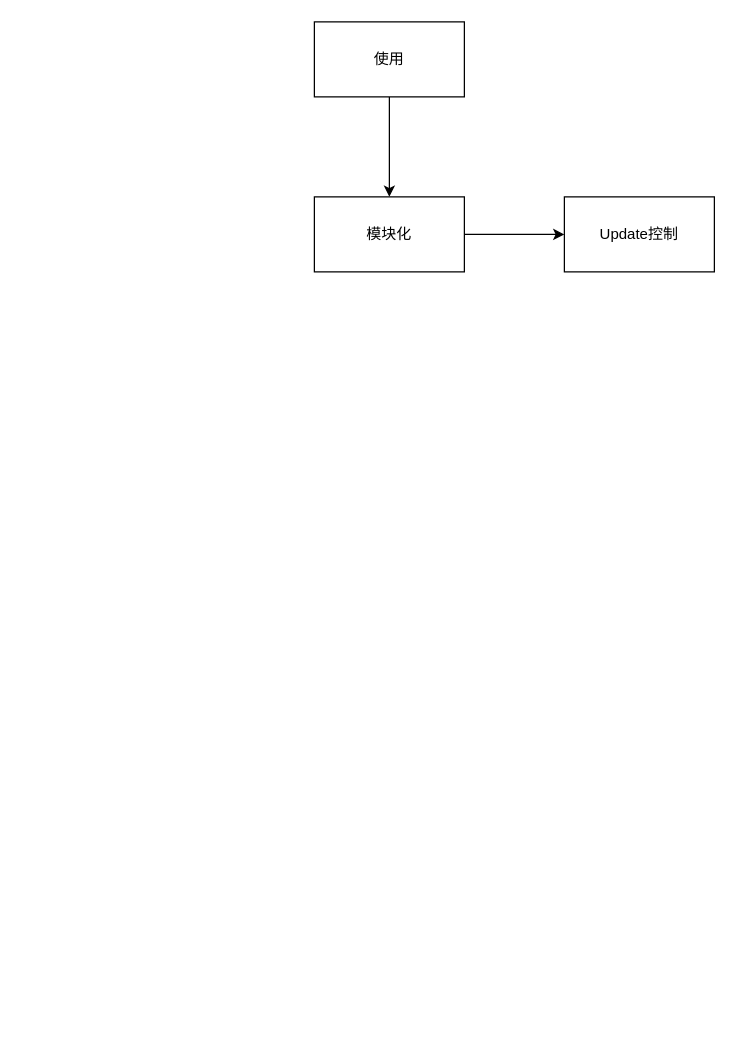
Before: GF 使用总结.drawio in xzp3094997376/DrawIO, a draw.io diagram. Source tidied: cells renumbered, new cells numbered last; positions are measured from the earlier drawing's top-left corner, leaving out a move shared by most shapes. Both pictures are drawn from the tidied source at 125%, with x=0, y=0 at pixel (314, 21).
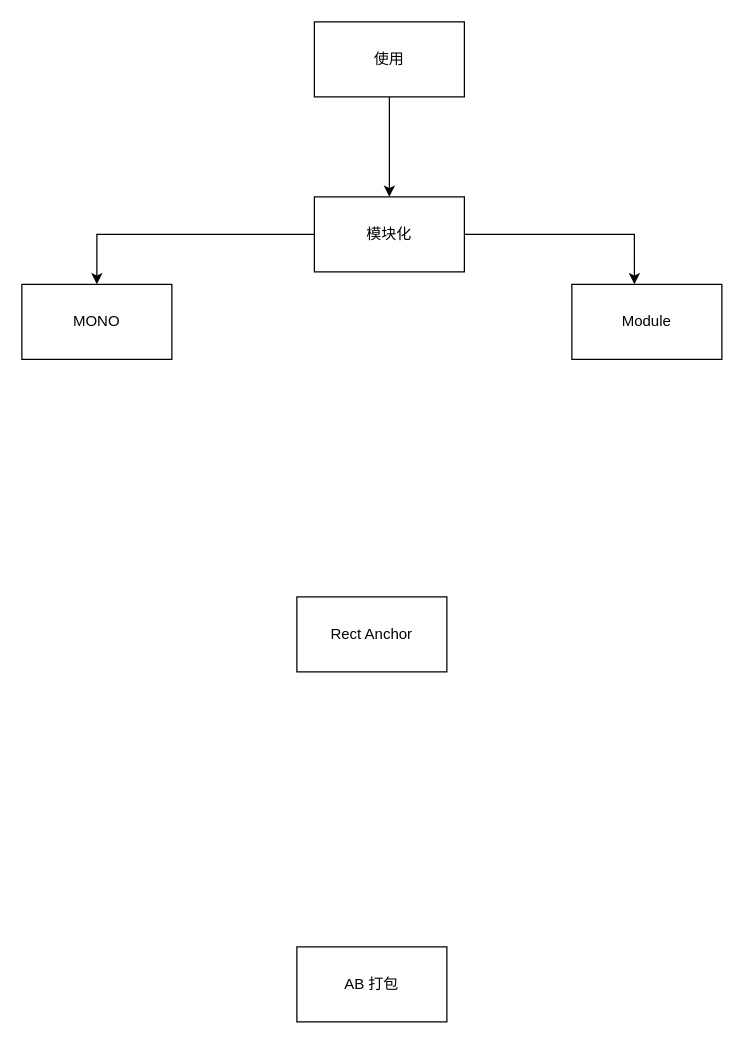
After the change.

Commit message (it also covers changes not shown here):
更新GF 使用总结.drawio

What changed in the source:
```diff
@@
 <mxGraphModel>
   <root>
     <mxCell id="0" />
     <mxCell id="1" parent="0" />
     <mxCell id="2" style="edgeStyle=orthogonalEdgeStyle;rounded=0;jettySize=auto;html=1;" parent="1" edge="1" source="3" target="5">
       <mxGeometry relative="1" as="geometry" />
     </mxCell>
     <mxCell id="3" value="使用&lt;br&gt;" style="rounded=0;whiteSpace=wrap;html=1;" parent="1" vertex="1">
       <mxGeometry width="120" height="60" as="geometry" />
     </mxCell>
-    <mxCell id="4" style="edgeStyle=orthogonalEdgeStyle;rounded=0;jettySize=auto;html=1;" parent="1" edge="1" source="5" target="6">
+    <mxCell id="4" style="edgeStyle=orthogonalEdgeStyle;rounded=0;jettySize=auto;html=1;entryX=0.417;entryY=0;entryDx=0;entryDy=0;entryPerimeter=0;" parent="1" edge="1" source="5" target="9">
       <mxGeometry relative="1" as="geometry" />
     </mxCell>
+    <mxCell id="7" style="edgeStyle=orthogonalEdgeStyle;rounded=0;jettySize=auto;html=1;" parent="1" edge="1" source="5" target="8">
+      <mxGeometry relative="1" as="geometry" />
+    </mxCell>
     <mxCell id="5" value="模块化" style="whiteSpace=wrap;html=1;rounded=0;" parent="1" vertex="1">
       <mxGeometry y="140" width="120" height="60" as="geometry" />
     </mxCell>
-    <mxCell id="6" value="Update控制&lt;br&gt;" style="whiteSpace=wrap;html=1;rounded=0;" parent="1" vertex="1">
-      <mxGeometry x="200" y="140" width="120" height="60" as="geometry" />
-    </mxCell>
+    <mxCell id="8" value="MONO&lt;br&gt;" style="whiteSpace=wrap;html=1;rounded=0;" parent="1" vertex="1">
+      <mxGeometry x="-234" y="210" width="120" height="60" as="geometry" />
+    </mxCell>
+    <mxCell id="9" value="Module" style="rounded=0;whiteSpace=wrap;html=1;" parent="1" vertex="1">
+      <mxGeometry x="206" y="210" width="120" height="60" as="geometry" />
+    </mxCell>
+    <mxCell id="10" value="Rect Anchor" style="whiteSpace=wrap;html=1;" parent="1" vertex="1">
+      <mxGeometry x="-14" y="460" width="120" height="60" as="geometry" />
+    </mxCell>
+    <mxCell id="11" value="AB 打包" style="whiteSpace=wrap;html=1;" parent="1" vertex="1">
+      <mxGeometry x="-14" y="740" width="120" height="60" as="geometry" />
+    </mxCell>
   </root>
 </mxGraphModel>
```
